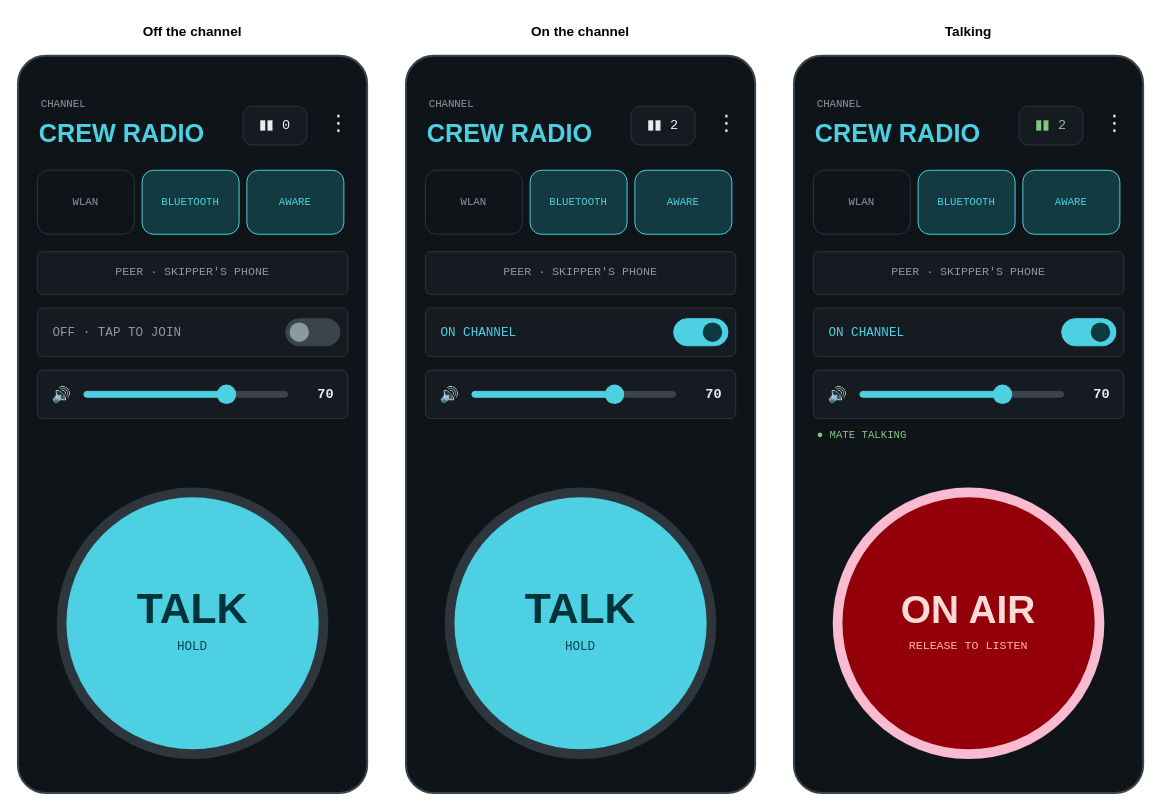
Above: docs/diagrams/screens.drawio in KEGustafsson/android-push-to-talk (draw.io), before the change. Source tidied: cells renumbered, new cells numbered last; positions are measured from the earlier drawing's top-left corner, leaving out a move shared by most shapes. Both pictures are drawn from the tidied source at 97%, with x=0, y=0 at pixel (17, 16).
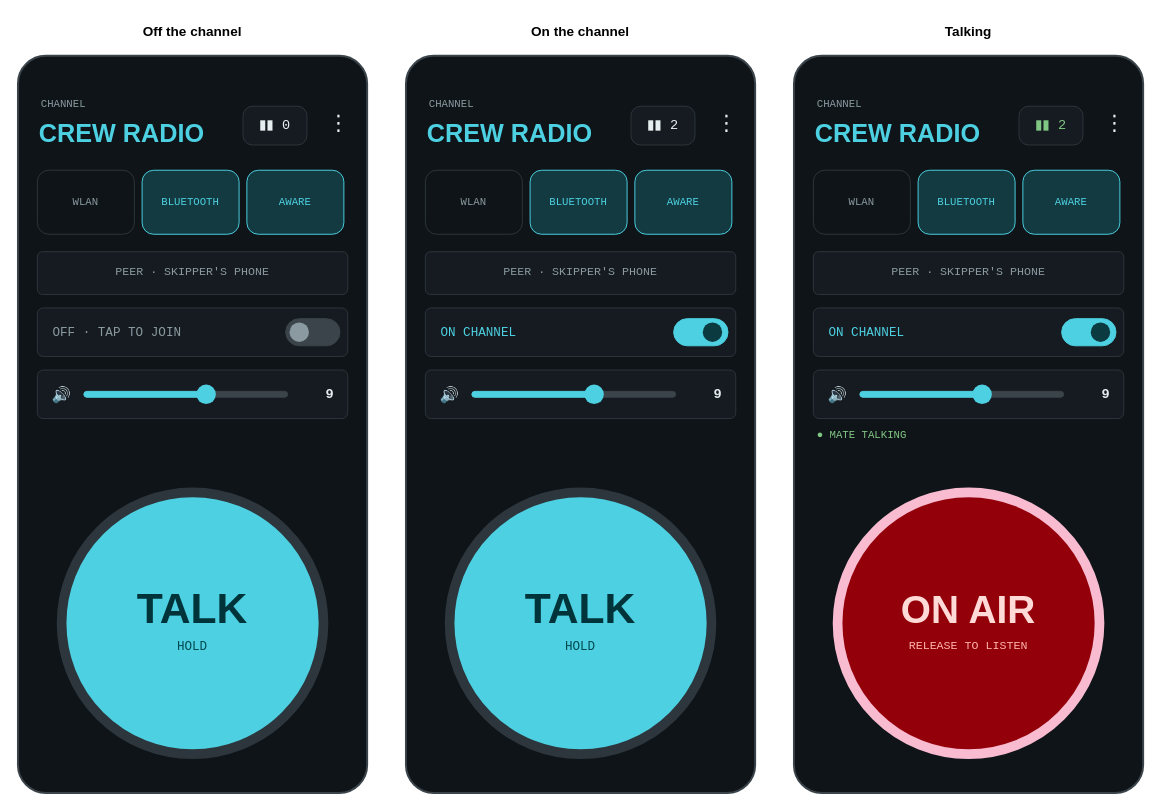
After the change.

Change to the diagram source:
```diff
@@
     <mxCell id="19" style="rounded=1;arcSize=50;whiteSpace=wrap;html=1;fillColor=#4DD0E1;strokeColor=#4DD0E1;strokeWidth=1;fontSize=12;fontColor=#E6EEF0;fontFamily=Courier New;" parent="1" vertex="1">
-      <mxGeometry x="68" y="386" width="147" height="6" as="geometry" />
+      <mxGeometry x="68" y="386" width="126" height="6" as="geometry" />
     </mxCell>
     <mxCell id="20" style="ellipse;whiteSpace=wrap;html=1;fillColor=#4DD0E1;strokeColor=none;" parent="1" vertex="1">
-      <mxGeometry x="205" y="379" width="20" height="20" as="geometry" />
+      <mxGeometry x="184" y="379" width="20" height="20" as="geometry" />
     </mxCell>
-    <mxCell id="21" value="70" style="text;html=1;whiteSpace=wrap;align=right;verticalAlign=middle;fontSize=14;fontColor=#E6EEF0;fontFamily=Courier New;fontStyle=1;spacing=0;" parent="1" vertex="1">
+    <mxCell id="21" value="9" style="text;html=1;whiteSpace=wrap;align=right;verticalAlign=middle;fontSize=14;fontColor=#E6EEF0;fontFamily=Courier New;fontStyle=1;spacing=0;" parent="1" vertex="1">
       <mxGeometry x="286" y="376" width="40" height="26" as="geometry" />
     </mxCell>
@@
     <mxCell id="42" style="rounded=1;arcSize=50;whiteSpace=wrap;html=1;fillColor=#4DD0E1;strokeColor=#4DD0E1;strokeWidth=1;fontSize=12;fontColor=#E6EEF0;fontFamily=Courier New;" parent="1" vertex="1">
-      <mxGeometry x="468" y="386" width="147" height="6" as="geometry" />
+      <mxGeometry x="468" y="386" width="126" height="6" as="geometry" />
     </mxCell>
     <mxCell id="43" style="ellipse;whiteSpace=wrap;html=1;fillColor=#4DD0E1;strokeColor=none;" parent="1" vertex="1">
-      <mxGeometry x="605" y="379" width="20" height="20" as="geometry" />
+      <mxGeometry x="584" y="379" width="20" height="20" as="geometry" />
     </mxCell>
-    <mxCell id="44" value="70" style="text;html=1;whiteSpace=wrap;align=right;verticalAlign=middle;fontSize=14;fontColor=#E6EEF0;fontFamily=Courier New;fontStyle=1;spacing=0;" parent="1" vertex="1">
+    <mxCell id="44" value="9" style="text;html=1;whiteSpace=wrap;align=right;verticalAlign=middle;fontSize=14;fontColor=#E6EEF0;fontFamily=Courier New;fontStyle=1;spacing=0;" parent="1" vertex="1">
       <mxGeometry x="686" y="376" width="40" height="26" as="geometry" />
     </mxCell>
@@
     <mxCell id="65" style="rounded=1;arcSize=50;whiteSpace=wrap;html=1;fillColor=#4DD0E1;strokeColor=#4DD0E1;strokeWidth=1;fontSize=12;fontColor=#E6EEF0;fontFamily=Courier New;" parent="1" vertex="1">
-      <mxGeometry x="868" y="386" width="147" height="6" as="geometry" />
+      <mxGeometry x="868" y="386" width="126" height="6" as="geometry" />
     </mxCell>
     <mxCell id="66" style="ellipse;whiteSpace=wrap;html=1;fillColor=#4DD0E1;strokeColor=none;" parent="1" vertex="1">
-      <mxGeometry x="1005" y="379" width="20" height="20" as="geometry" />
+      <mxGeometry x="984" y="379" width="20" height="20" as="geometry" />
     </mxCell>
-    <mxCell id="67" value="70" style="text;html=1;whiteSpace=wrap;align=right;verticalAlign=middle;fontSize=14;fontColor=#E6EEF0;fontFamily=Courier New;fontStyle=1;spacing=0;" parent="1" vertex="1">
+    <mxCell id="67" value="9" style="text;html=1;whiteSpace=wrap;align=right;verticalAlign=middle;fontSize=14;fontColor=#E6EEF0;fontFamily=Courier New;fontStyle=1;spacing=0;" parent="1" vertex="1">
       <mxGeometry x="1086" y="376" width="40" height="26" as="geometry" />
     </mxCell>
```
